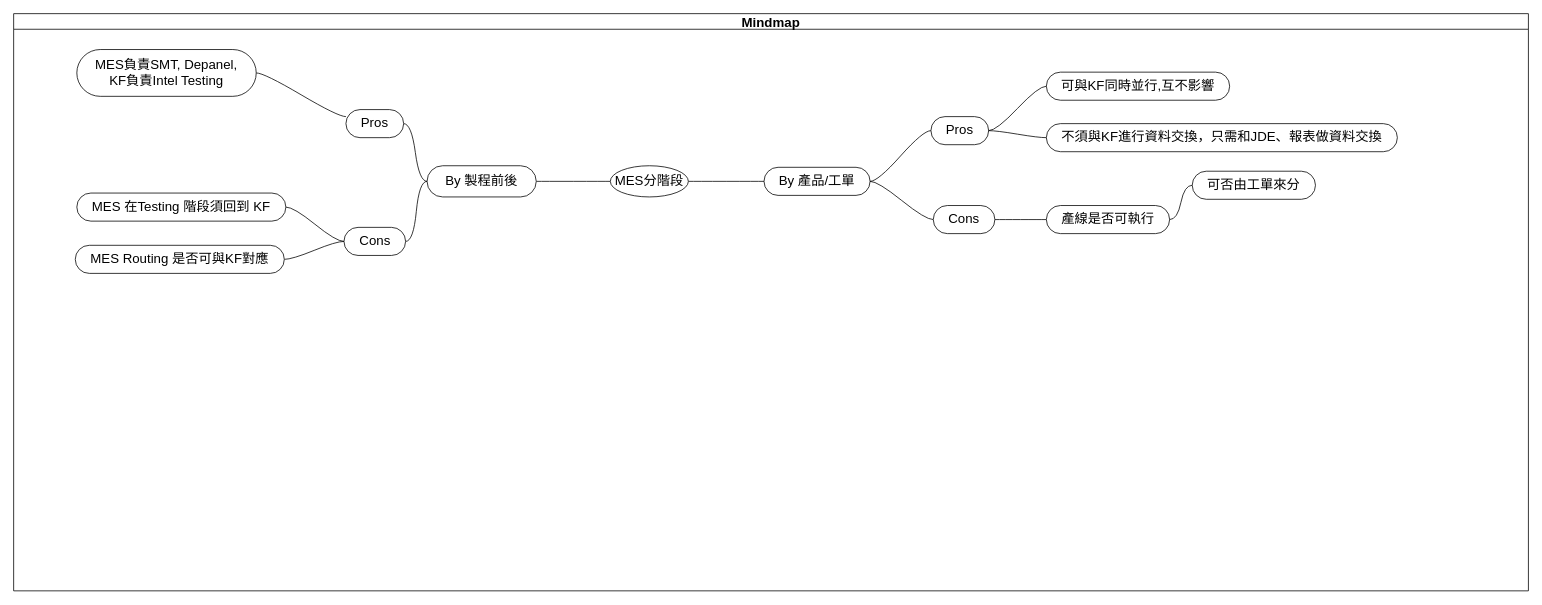
Above: MES Mindmaps/MES分階段.drawio in vinceliao99/MyDiagrams (draw.io), before the change. Source tidied: cells renumbered, new cells numbered last; positions are measured from the earlier drawing's top-left corner, leaving out a move shared by most shapes. Both pictures are drawn from the tidied source at 78%, with x=0, y=0 at pixel (13, 13).
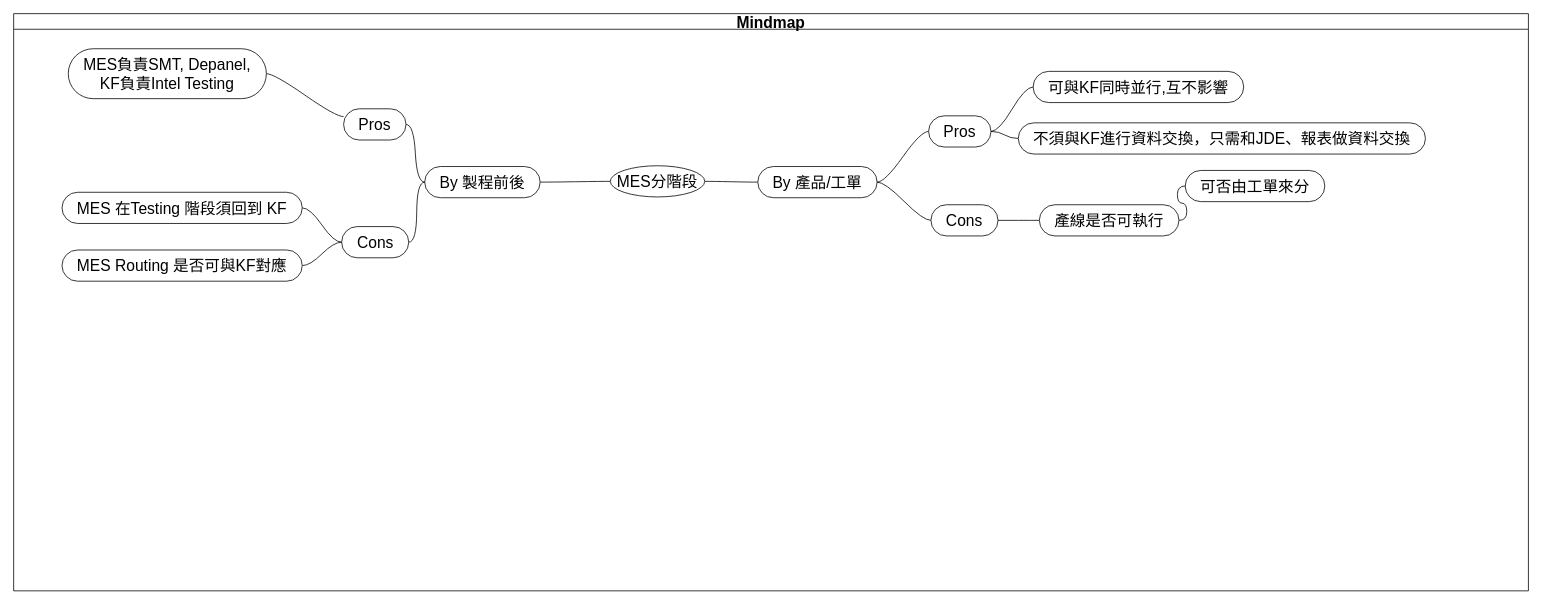
The same page after the edit.

What changed in the source:
```diff
@@
-    <mxCell id="2" value="Mindmap" style="swimlane;startSize=20;horizontal=1;containerType=tree;fontSize=17;" parent="1" vertex="1">
+    <mxCell id="2" value="Mindmap" style="swimlane;startSize=20;horizontal=1;containerType=tree;fontSize=20;" parent="1" vertex="1">
       <mxGeometry width="1942" height="740" as="geometry" />
     </mxCell>
-    <mxCell id="3" style="edgeStyle=entityRelationEdgeStyle;startArrow=none;endArrow=none;segment=10;curved=1;rounded=0;fontSize=17;" parent="2" edge="1" source="5" target="6">
+    <mxCell id="3" style="edgeStyle=entityRelationEdgeStyle;startArrow=none;endArrow=none;segment=10;curved=1;rounded=0;fontSize=20;" parent="2" edge="1" source="5" target="6">
       <mxGeometry relative="1" as="geometry" />
     </mxCell>
-    <mxCell id="4" style="edgeStyle=entityRelationEdgeStyle;startArrow=none;endArrow=none;segment=10;curved=1;rounded=0;fontSize=17;" parent="2" edge="1" source="5" target="7">
+    <mxCell id="4" style="edgeStyle=entityRelationEdgeStyle;startArrow=none;endArrow=none;segment=10;curved=1;rounded=0;fontSize=20;" parent="2" edge="1" source="5" target="7">
       <mxGeometry relative="1" as="geometry" />
     </mxCell>
-    <mxCell id="5" value="MES分階段" style="ellipse;whiteSpace=wrap;html=1;align=center;newEdgeStyle={&quot;edgeStyle&quot;:&quot;entityRelationEdgeStyle&quot;,&quot;startArrow&quot;:&quot;none&quot;,&quot;endArrow&quot;:&quot;none&quot;,&quot;segment&quot;:10,&quot;curved&quot;:1};fontSize=17;" parent="2" vertex="1">
-      <mxGeometry x="765" y="195" width="100" height="40" as="geometry" />
+    <mxCell id="5" value="MES分階段" style="ellipse;whiteSpace=wrap;html=1;align=center;newEdgeStyle={&quot;edgeStyle&quot;:&quot;entityRelationEdgeStyle&quot;,&quot;startArrow&quot;:&quot;none&quot;,&quot;endArrow&quot;:&quot;none&quot;,&quot;segment&quot;:10,&quot;curved&quot;:1};fontSize=20;" parent="2" vertex="1">
+      <mxGeometry x="765" y="195" width="121" height="40" as="geometry" />
     </mxCell>
-    <mxCell id="6" value="By 產品/工單" style="whiteSpace=wrap;html=1;rounded=1;arcSize=50;align=center;verticalAlign=middle;strokeWidth=1;spacing=4;newEdgeStyle={&quot;edgeStyle&quot;:&quot;entityRelationEdgeStyle&quot;,&quot;startArrow&quot;:&quot;none&quot;,&quot;endArrow&quot;:&quot;none&quot;,&quot;segment&quot;:10,&quot;curved&quot;:1};fontSize=17;" parent="2" vertex="1">
-      <mxGeometry x="962" y="197" width="136" height="36" as="geometry" />
+    <mxCell id="6" value="By 產品/工單" style="whiteSpace=wrap;html=1;rounded=1;arcSize=50;align=center;verticalAlign=middle;strokeWidth=1;spacing=4;newEdgeStyle={&quot;edgeStyle&quot;:&quot;entityRelationEdgeStyle&quot;,&quot;startArrow&quot;:&quot;none&quot;,&quot;endArrow&quot;:&quot;none&quot;,&quot;segment&quot;:10,&quot;curved&quot;:1};fontSize=20;" parent="2" vertex="1">
+      <mxGeometry x="954" y="196" width="153" height="40" as="geometry" />
     </mxCell>
-    <mxCell id="7" value="By 製程前後" style="whiteSpace=wrap;html=1;rounded=1;arcSize=50;align=center;verticalAlign=middle;strokeWidth=1;spacing=4;newEdgeStyle={&quot;edgeStyle&quot;:&quot;entityRelationEdgeStyle&quot;,&quot;startArrow&quot;:&quot;none&quot;,&quot;endArrow&quot;:&quot;none&quot;,&quot;segment&quot;:10,&quot;curved&quot;:1};fontSize=17;" parent="2" vertex="1">
-      <mxGeometry x="530" y="195" width="140" height="40" as="geometry" />
+    <mxCell id="7" value="By 製程前後" style="whiteSpace=wrap;html=1;rounded=1;arcSize=50;align=center;verticalAlign=middle;strokeWidth=1;spacing=4;newEdgeStyle={&quot;edgeStyle&quot;:&quot;entityRelationEdgeStyle&quot;,&quot;startArrow&quot;:&quot;none&quot;,&quot;endArrow&quot;:&quot;none&quot;,&quot;segment&quot;:10,&quot;curved&quot;:1};fontSize=20;" parent="2" vertex="1">
+      <mxGeometry x="527" y="196" width="148" height="40" as="geometry" />
     </mxCell>
-    <mxCell id="8" style="edgeStyle=entityRelationEdgeStyle;startArrow=none;endArrow=none;segment=10;curved=1;rounded=0;fontSize=17;exitX=0;exitY=0.25;exitDx=0;exitDy=0;" parent="2" edge="1" source="25" target="9">
+    <mxCell id="8" style="edgeStyle=entityRelationEdgeStyle;startArrow=none;endArrow=none;segment=10;curved=1;rounded=0;fontSize=20;exitX=0;exitY=0.25;exitDx=0;exitDy=0;" parent="2" edge="1" source="25" target="9">
       <mxGeometry relative="1" as="geometry" />
     </mxCell>
-    <mxCell id="9" value="MES負責SMT, Depanel,&lt;br&gt;KF負責Intel Testing" style="whiteSpace=wrap;html=1;rounded=1;arcSize=50;align=center;verticalAlign=middle;strokeWidth=1;spacing=4;newEdgeStyle={&quot;edgeStyle&quot;:&quot;entityRelationEdgeStyle&quot;,&quot;startArrow&quot;:&quot;none&quot;,&quot;endArrow&quot;:&quot;none&quot;,&quot;segment&quot;:10,&quot;curved&quot;:1};fontSize=17;" parent="2" vertex="1">
-      <mxGeometry x="81" y="46" width="230" height="60" as="geometry" />
+    <mxCell id="9" value="MES負責SMT, Depanel,&lt;br style=&quot;font-size: 20px;&quot;&gt;KF負責Intel Testing" style="whiteSpace=wrap;html=1;rounded=1;arcSize=50;align=center;verticalAlign=middle;strokeWidth=1;spacing=4;newEdgeStyle={&quot;edgeStyle&quot;:&quot;entityRelationEdgeStyle&quot;,&quot;startArrow&quot;:&quot;none&quot;,&quot;endArrow&quot;:&quot;none&quot;,&quot;segment&quot;:10,&quot;curved&quot;:1};fontSize=20;" parent="2" vertex="1">
+      <mxGeometry x="70" y="45" width="254" height="64" as="geometry" />
     </mxCell>
-    <mxCell id="10" style="edgeStyle=entityRelationEdgeStyle;startArrow=none;endArrow=none;segment=10;curved=1;rounded=0;fontSize=17;" parent="2" edge="1" source="27" target="11">
+    <mxCell id="10" style="edgeStyle=entityRelationEdgeStyle;startArrow=none;endArrow=none;segment=10;curved=1;rounded=0;fontSize=20;" parent="2" edge="1" source="27" target="11">
       <mxGeometry relative="1" as="geometry" />
     </mxCell>
-    <mxCell id="11" value="MES 在Testing 階段須回到 KF" style="whiteSpace=wrap;html=1;rounded=1;arcSize=50;align=center;verticalAlign=middle;strokeWidth=1;spacing=4;newEdgeStyle={&quot;edgeStyle&quot;:&quot;entityRelationEdgeStyle&quot;,&quot;startArrow&quot;:&quot;none&quot;,&quot;endArrow&quot;:&quot;none&quot;,&quot;segment&quot;:10,&quot;curved&quot;:1};fontSize=17;" parent="2" vertex="1">
-      <mxGeometry x="81" y="230" width="268" height="36" as="geometry" />
+    <mxCell id="11" value="MES 在Testing 階段須回到 KF" style="whiteSpace=wrap;html=1;rounded=1;arcSize=50;align=center;verticalAlign=middle;strokeWidth=1;spacing=4;newEdgeStyle={&quot;edgeStyle&quot;:&quot;entityRelationEdgeStyle&quot;,&quot;startArrow&quot;:&quot;none&quot;,&quot;endArrow&quot;:&quot;none&quot;,&quot;segment&quot;:10,&quot;curved&quot;:1};fontSize=20;" parent="2" vertex="1">
+      <mxGeometry x="62" y="229" width="308" height="40" as="geometry" />
     </mxCell>
-    <mxCell id="12" style="edgeStyle=entityRelationEdgeStyle;startArrow=none;endArrow=none;segment=10;curved=1;rounded=0;fontSize=17;" parent="2" edge="1" source="6" target="13">
+    <mxCell id="12" style="edgeStyle=entityRelationEdgeStyle;startArrow=none;endArrow=none;segment=10;curved=1;rounded=0;fontSize=20;" parent="2" edge="1" source="6" target="13">
       <mxGeometry relative="1" as="geometry" />
     </mxCell>
-    <mxCell id="13" value="Pros" style="whiteSpace=wrap;html=1;rounded=1;arcSize=50;align=center;verticalAlign=middle;strokeWidth=1;spacing=4;newEdgeStyle={&quot;edgeStyle&quot;:&quot;entityRelationEdgeStyle&quot;,&quot;startArrow&quot;:&quot;none&quot;,&quot;endArrow&quot;:&quot;none&quot;,&quot;segment&quot;:10,&quot;curved&quot;:1};fontSize=17;" parent="2" vertex="1">
-      <mxGeometry x="1176" y="132" width="74" height="36" as="geometry" />
+    <mxCell id="13" value="Pros" style="whiteSpace=wrap;html=1;rounded=1;arcSize=50;align=center;verticalAlign=middle;strokeWidth=1;spacing=4;newEdgeStyle={&quot;edgeStyle&quot;:&quot;entityRelationEdgeStyle&quot;,&quot;startArrow&quot;:&quot;none&quot;,&quot;endArrow&quot;:&quot;none&quot;,&quot;segment&quot;:10,&quot;curved&quot;:1};fontSize=20;" parent="2" vertex="1">
+      <mxGeometry x="1173" y="131" width="80" height="40" as="geometry" />
     </mxCell>
-    <mxCell id="14" style="edgeStyle=entityRelationEdgeStyle;startArrow=none;endArrow=none;segment=10;curved=1;rounded=0;fontSize=17;" parent="2" edge="1" source="13" target="15">
+    <mxCell id="14" style="edgeStyle=entityRelationEdgeStyle;startArrow=none;endArrow=none;segment=10;curved=1;rounded=0;fontSize=20;" parent="2" edge="1" source="13" target="15">
       <mxGeometry relative="1" as="geometry" />
     </mxCell>
-    <mxCell id="15" value="可與KF同時並行,互不影響" style="whiteSpace=wrap;html=1;rounded=1;arcSize=50;align=center;verticalAlign=middle;strokeWidth=1;spacing=4;newEdgeStyle={&quot;edgeStyle&quot;:&quot;entityRelationEdgeStyle&quot;,&quot;startArrow&quot;:&quot;none&quot;,&quot;endArrow&quot;:&quot;none&quot;,&quot;segment&quot;:10,&quot;curved&quot;:1};fontSize=17;" parent="2" vertex="1">
-      <mxGeometry x="1324" y="75" width="235" height="36" as="geometry" />
+    <mxCell id="15" value="可與KF同時並行,互不影響" style="whiteSpace=wrap;html=1;rounded=1;arcSize=50;align=center;verticalAlign=middle;strokeWidth=1;spacing=4;newEdgeStyle={&quot;edgeStyle&quot;:&quot;entityRelationEdgeStyle&quot;,&quot;startArrow&quot;:&quot;none&quot;,&quot;endArrow&quot;:&quot;none&quot;,&quot;segment&quot;:10,&quot;curved&quot;:1};fontSize=20;" parent="2" vertex="1">
+      <mxGeometry x="1307" y="74" width="270" height="40" as="geometry" />
     </mxCell>
-    <mxCell id="16" style="edgeStyle=entityRelationEdgeStyle;startArrow=none;endArrow=none;segment=10;curved=1;rounded=0;fontSize=17;" parent="2" edge="1" source="13" target="17">
+    <mxCell id="16" style="edgeStyle=entityRelationEdgeStyle;startArrow=none;endArrow=none;segment=10;curved=1;rounded=0;fontSize=20;" parent="2" edge="1" source="13" target="17">
       <mxGeometry relative="1" as="geometry" />
     </mxCell>
-    <mxCell id="17" value="不須與KF進行資料交換，只需和JDE、報表做資料交換" style="whiteSpace=wrap;html=1;rounded=1;arcSize=50;align=center;verticalAlign=middle;strokeWidth=1;spacing=4;newEdgeStyle={&quot;edgeStyle&quot;:&quot;entityRelationEdgeStyle&quot;,&quot;startArrow&quot;:&quot;none&quot;,&quot;endArrow&quot;:&quot;none&quot;,&quot;segment&quot;:10,&quot;curved&quot;:1};fontSize=17;" parent="2" vertex="1">
-      <mxGeometry x="1324" y="141" width="450" height="36" as="geometry" />
+    <mxCell id="17" value="不須與KF進行資料交換，只需和JDE、報表做資料交換" style="whiteSpace=wrap;html=1;rounded=1;arcSize=50;align=center;verticalAlign=middle;strokeWidth=1;spacing=4;newEdgeStyle={&quot;edgeStyle&quot;:&quot;entityRelationEdgeStyle&quot;,&quot;startArrow&quot;:&quot;none&quot;,&quot;endArrow&quot;:&quot;none&quot;,&quot;segment&quot;:10,&quot;curved&quot;:1};fontSize=20;" parent="2" vertex="1">
+      <mxGeometry x="1288" y="140" width="522" height="40" as="geometry" />
     </mxCell>
-    <mxCell id="18" style="edgeStyle=entityRelationEdgeStyle;startArrow=none;endArrow=none;segment=10;curved=1;rounded=0;fontSize=17;" parent="2" edge="1" source="6" target="19">
+    <mxCell id="18" style="edgeStyle=entityRelationEdgeStyle;startArrow=none;endArrow=none;segment=10;curved=1;rounded=0;fontSize=20;" parent="2" edge="1" source="6" target="19">
       <mxGeometry relative="1" as="geometry" />
     </mxCell>
-    <mxCell id="19" value="Cons" style="whiteSpace=wrap;html=1;rounded=1;arcSize=50;align=center;verticalAlign=middle;strokeWidth=1;spacing=4;newEdgeStyle={&quot;edgeStyle&quot;:&quot;entityRelationEdgeStyle&quot;,&quot;startArrow&quot;:&quot;none&quot;,&quot;endArrow&quot;:&quot;none&quot;,&quot;segment&quot;:10,&quot;curved&quot;:1};fontSize=17;" parent="2" vertex="1">
-      <mxGeometry x="1179" y="246" width="79" height="36" as="geometry" />
+    <mxCell id="19" value="Cons" style="whiteSpace=wrap;html=1;rounded=1;arcSize=50;align=center;verticalAlign=middle;strokeWidth=1;spacing=4;newEdgeStyle={&quot;edgeStyle&quot;:&quot;entityRelationEdgeStyle&quot;,&quot;startArrow&quot;:&quot;none&quot;,&quot;endArrow&quot;:&quot;none&quot;,&quot;segment&quot;:10,&quot;curved&quot;:1};fontSize=20;" parent="2" vertex="1">
+      <mxGeometry x="1176" y="245" width="86" height="40" as="geometry" />
     </mxCell>
-    <mxCell id="20" style="edgeStyle=entityRelationEdgeStyle;startArrow=none;endArrow=none;segment=10;curved=1;rounded=0;fontSize=17;" parent="2" edge="1" source="19" target="21">
+    <mxCell id="20" style="edgeStyle=entityRelationEdgeStyle;startArrow=none;endArrow=none;segment=10;curved=1;rounded=0;fontSize=20;" parent="2" edge="1" source="19" target="21">
       <mxGeometry relative="1" as="geometry" />
     </mxCell>
-    <mxCell id="21" value="產線是否可執行" style="whiteSpace=wrap;html=1;rounded=1;arcSize=50;align=center;verticalAlign=middle;strokeWidth=1;spacing=4;newEdgeStyle={&quot;edgeStyle&quot;:&quot;entityRelationEdgeStyle&quot;,&quot;startArrow&quot;:&quot;none&quot;,&quot;endArrow&quot;:&quot;none&quot;,&quot;segment&quot;:10,&quot;curved&quot;:1};fontSize=17;" parent="2" vertex="1">
-      <mxGeometry x="1324" y="246" width="158" height="36" as="geometry" />
+    <mxCell id="21" value="產線是否可執行" style="whiteSpace=wrap;html=1;rounded=1;arcSize=50;align=center;verticalAlign=middle;strokeWidth=1;spacing=4;newEdgeStyle={&quot;edgeStyle&quot;:&quot;entityRelationEdgeStyle&quot;,&quot;startArrow&quot;:&quot;none&quot;,&quot;endArrow&quot;:&quot;none&quot;,&quot;segment&quot;:10,&quot;curved&quot;:1};fontSize=20;" parent="2" vertex="1">
+      <mxGeometry x="1315" y="245" width="179" height="40" as="geometry" />
     </mxCell>
-    <mxCell id="22" style="edgeStyle=entityRelationEdgeStyle;startArrow=none;endArrow=none;segment=10;curved=1;rounded=0;fontSize=17;" parent="2" edge="1" source="21" target="23">
+    <mxCell id="22" style="edgeStyle=entityRelationEdgeStyle;startArrow=none;endArrow=none;segment=10;curved=1;rounded=0;fontSize=20;" parent="2" edge="1" source="21" target="23">
       <mxGeometry relative="1" as="geometry" />
     </mxCell>
-    <mxCell id="23" value="可否由工單來分" style="whiteSpace=wrap;html=1;rounded=1;arcSize=50;align=center;verticalAlign=middle;strokeWidth=1;spacing=4;newEdgeStyle={&quot;edgeStyle&quot;:&quot;entityRelationEdgeStyle&quot;,&quot;startArrow&quot;:&quot;none&quot;,&quot;endArrow&quot;:&quot;none&quot;,&quot;segment&quot;:10,&quot;curved&quot;:1};fontSize=17;" parent="2" vertex="1">
-      <mxGeometry x="1511" y="202" width="158" height="36" as="geometry" />
+    <mxCell id="23" value="可否由工單來分" style="whiteSpace=wrap;html=1;rounded=1;arcSize=50;align=center;verticalAlign=middle;strokeWidth=1;spacing=4;newEdgeStyle={&quot;edgeStyle&quot;:&quot;entityRelationEdgeStyle&quot;,&quot;startArrow&quot;:&quot;none&quot;,&quot;endArrow&quot;:&quot;none&quot;,&quot;segment&quot;:10,&quot;curved&quot;:1};fontSize=20;" parent="2" vertex="1">
+      <mxGeometry x="1502" y="201" width="179" height="40" as="geometry" />
     </mxCell>
-    <mxCell id="24" style="edgeStyle=entityRelationEdgeStyle;startArrow=none;endArrow=none;segment=10;curved=1;rounded=0;fontSize=17;" parent="2" edge="1" source="7" target="25">
+    <mxCell id="24" style="edgeStyle=entityRelationEdgeStyle;startArrow=none;endArrow=none;segment=10;curved=1;rounded=0;fontSize=20;" parent="2" edge="1" source="7" target="25">
       <mxGeometry relative="1" as="geometry" />
     </mxCell>
-    <mxCell id="25" value="Pros" style="whiteSpace=wrap;html=1;rounded=1;arcSize=50;align=center;verticalAlign=middle;strokeWidth=1;spacing=4;newEdgeStyle={&quot;edgeStyle&quot;:&quot;entityRelationEdgeStyle&quot;,&quot;startArrow&quot;:&quot;none&quot;,&quot;endArrow&quot;:&quot;none&quot;,&quot;segment&quot;:10,&quot;curved&quot;:1};fontSize=17;" parent="2" vertex="1">
-      <mxGeometry x="426" y="123" width="74" height="36" as="geometry" />
+    <mxCell id="25" value="Pros" style="whiteSpace=wrap;html=1;rounded=1;arcSize=50;align=center;verticalAlign=middle;strokeWidth=1;spacing=4;newEdgeStyle={&quot;edgeStyle&quot;:&quot;entityRelationEdgeStyle&quot;,&quot;startArrow&quot;:&quot;none&quot;,&quot;endArrow&quot;:&quot;none&quot;,&quot;segment&quot;:10,&quot;curved&quot;:1};fontSize=20;" parent="2" vertex="1">
+      <mxGeometry x="423" y="122" width="80" height="40" as="geometry" />
     </mxCell>
-    <mxCell id="26" style="edgeStyle=entityRelationEdgeStyle;startArrow=none;endArrow=none;segment=10;curved=1;rounded=0;fontSize=17;" parent="2" edge="1" source="7" target="27">
+    <mxCell id="26" style="edgeStyle=entityRelationEdgeStyle;startArrow=none;endArrow=none;segment=10;curved=1;rounded=0;fontSize=20;" parent="2" edge="1" source="7" target="27">
       <mxGeometry relative="1" as="geometry" />
     </mxCell>
-    <mxCell id="27" value="Cons" style="whiteSpace=wrap;html=1;rounded=1;arcSize=50;align=center;verticalAlign=middle;strokeWidth=1;spacing=4;newEdgeStyle={&quot;edgeStyle&quot;:&quot;entityRelationEdgeStyle&quot;,&quot;startArrow&quot;:&quot;none&quot;,&quot;endArrow&quot;:&quot;none&quot;,&quot;segment&quot;:10,&quot;curved&quot;:1};fontSize=17;" parent="2" vertex="1">
-      <mxGeometry x="423.5" y="274" width="79" height="36" as="geometry" />
+    <mxCell id="27" value="Cons" style="whiteSpace=wrap;html=1;rounded=1;arcSize=50;align=center;verticalAlign=middle;strokeWidth=1;spacing=4;newEdgeStyle={&quot;edgeStyle&quot;:&quot;entityRelationEdgeStyle&quot;,&quot;startArrow&quot;:&quot;none&quot;,&quot;endArrow&quot;:&quot;none&quot;,&quot;segment&quot;:10,&quot;curved&quot;:1};fontSize=20;" parent="2" vertex="1">
+      <mxGeometry x="420.5" y="273" width="86" height="40" as="geometry" />
     </mxCell>
-    <mxCell id="28" style="edgeStyle=entityRelationEdgeStyle;startArrow=none;endArrow=none;segment=10;curved=1;rounded=0;fontSize=17;" parent="2" edge="1" source="27" target="29">
+    <mxCell id="28" style="edgeStyle=entityRelationEdgeStyle;startArrow=none;endArrow=none;segment=10;curved=1;rounded=0;fontSize=20;" parent="2" edge="1" source="27" target="29">
       <mxGeometry relative="1" as="geometry" />
     </mxCell>
-    <mxCell id="29" value="MES Routing 是否可與KF對應" style="whiteSpace=wrap;html=1;rounded=1;arcSize=50;align=center;verticalAlign=middle;strokeWidth=1;spacing=4;newEdgeStyle={&quot;edgeStyle&quot;:&quot;entityRelationEdgeStyle&quot;,&quot;startArrow&quot;:&quot;none&quot;,&quot;endArrow&quot;:&quot;none&quot;,&quot;segment&quot;:10,&quot;curved&quot;:1};fontSize=17;" parent="2" vertex="1">
-      <mxGeometry x="79" y="297" width="268" height="36" as="geometry" />
+    <mxCell id="29" value="MES Routing 是否可與KF對應" style="whiteSpace=wrap;html=1;rounded=1;arcSize=50;align=center;verticalAlign=middle;strokeWidth=1;spacing=4;newEdgeStyle={&quot;edgeStyle&quot;:&quot;entityRelationEdgeStyle&quot;,&quot;startArrow&quot;:&quot;none&quot;,&quot;endArrow&quot;:&quot;none&quot;,&quot;segment&quot;:10,&quot;curved&quot;:1};fontSize=20;" parent="2" vertex="1">
+      <mxGeometry x="62" y="303" width="308" height="40" as="geometry" />
     </mxCell>
```
